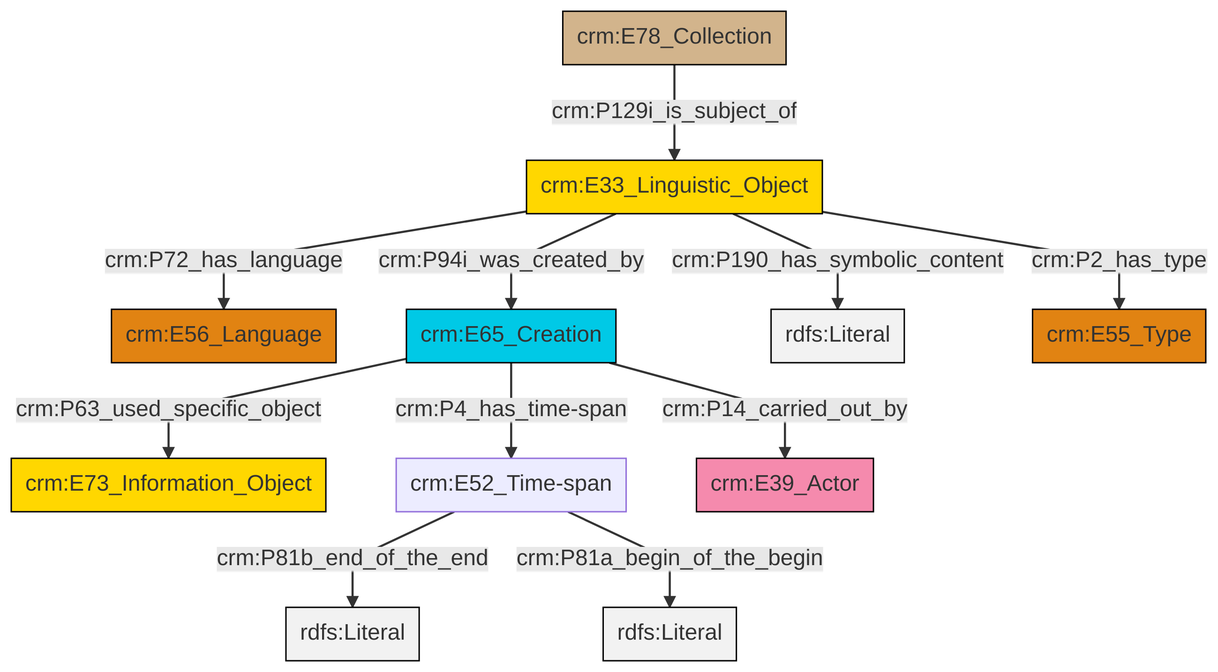
Before: et/archivalCSV/ttl/mmd/png/archival_desc.png, a diagram exported from Mermaid (swiss-art-research-net/docs.swissartresearch). Its source is kept beside it as et/archivalCSV/ttl/mmd/archival_desc.ttl.mmd.
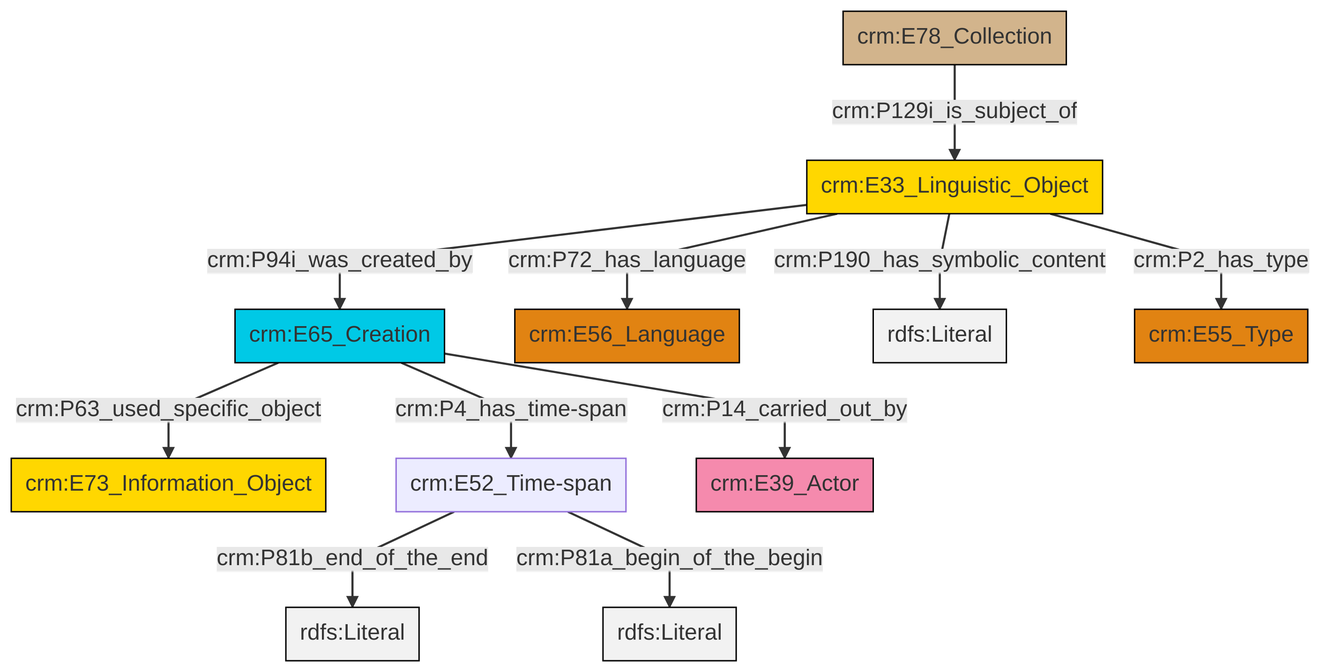
The same file after the commit.

The edit, as a diff of the source:
```diff
@@ -13,13 +13,13 @@
 classDef PC_Classes fill:#4ce600, stroke:#000000;
 classDef Multi fill:#cccccc,stroke:#000000;
 
-2["crm:E33_Linguistic_Object"]:::Conceptual_Object -->|crm:P72_has_language| 3["crm:E56_Language"]:::Type
-2["crm:E33_Linguistic_Object"]:::Conceptual_Object -->|crm:P94i_was_created_by| 4["crm:E65_Creation"]:::Temporal_Entity
-5["crm:E52_Time-span"]:::Default -->|crm:P81b_end_of_the_end| 7[rdfs:Literal]:::Literal
 4["crm:E65_Creation"]:::Temporal_Entity -->|crm:P4_has_time-span| 5["crm:E52_Time-span"]:::Default
-2["crm:E33_Linguistic_Object"]:::Conceptual_Object -->|crm:P190_has_symbolic_content| 9[rdfs:Literal]:::Literal
-2["crm:E33_Linguistic_Object"]:::Conceptual_Object -->|crm:P2_has_type| 10["crm:E55_Type"]:::Type
-4["crm:E65_Creation"]:::Temporal_Entity -->|crm:P14_carried_out_by| 11["crm:E39_Actor"]:::Actor
-4["crm:E65_Creation"]:::Temporal_Entity -->|crm:P63_used_specific_object| 0["crm:E73_Information_Object"]:::Conceptual_Object
-5["crm:E52_Time-span"]:::Default -->|crm:P81a_begin_of_the_begin| 12[rdfs:Literal]:::Literal
-13["crm:E78_Collection"]:::Physical_Thing -->|crm:P129i_is_subject_of| 2["crm:E33_Linguistic_Object"]:::Conceptual_Object
+5["crm:E52_Time-span"]:::Default -->|crm:P81b_end_of_the_end| 6[rdfs:Literal]:::Literal
+4["crm:E65_Creation"]:::Temporal_Entity -->|crm:P63_used_specific_object| 2["crm:E73_Information_Object"]:::Conceptual_Object
+0["crm:E33_Linguistic_Object"]:::Conceptual_Object -->|crm:P72_has_language| 9["crm:E56_Language"]:::Type
+0["crm:E33_Linguistic_Object"]:::Conceptual_Object -->|crm:P190_has_symbolic_content| 10[rdfs:Literal]:::Literal
+0["crm:E33_Linguistic_Object"]:::Conceptual_Object -->|crm:P94i_was_created_by| 4["crm:E65_Creation"]:::Temporal_Entity
+5["crm:E52_Time-span"]:::Default -->|crm:P81a_begin_of_the_begin| 11[rdfs:Literal]:::Literal
+7["crm:E78_Collection"]:::Physical_Thing -->|crm:P129i_is_subject_of| 0["crm:E33_Linguistic_Object"]:::Conceptual_Object
+4["crm:E65_Creation"]:::Temporal_Entity -->|crm:P14_carried_out_by| 15["crm:E39_Actor"]:::Actor
+0["crm:E33_Linguistic_Object"]:::Conceptual_Object -->|crm:P2_has_type| 13["crm:E55_Type"]:::Type
```
